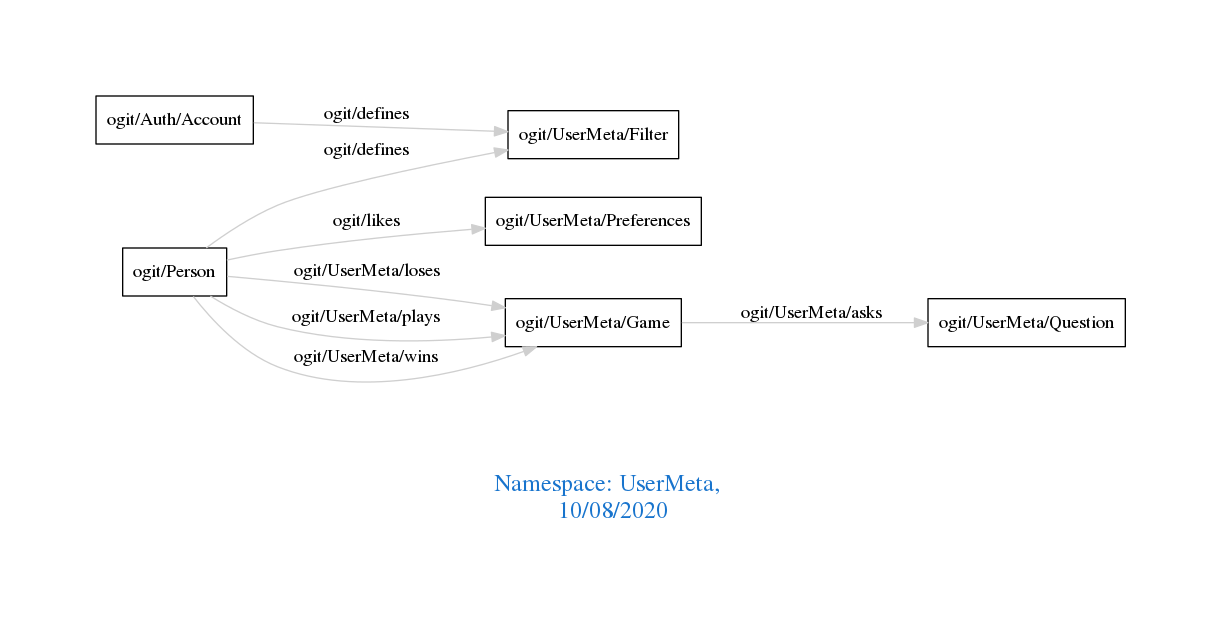
Above: downloads/UserMeta.png in arago/OGIT (Graphviz), before the change. Its source is kept beside it as downloads/UserMeta.dot.
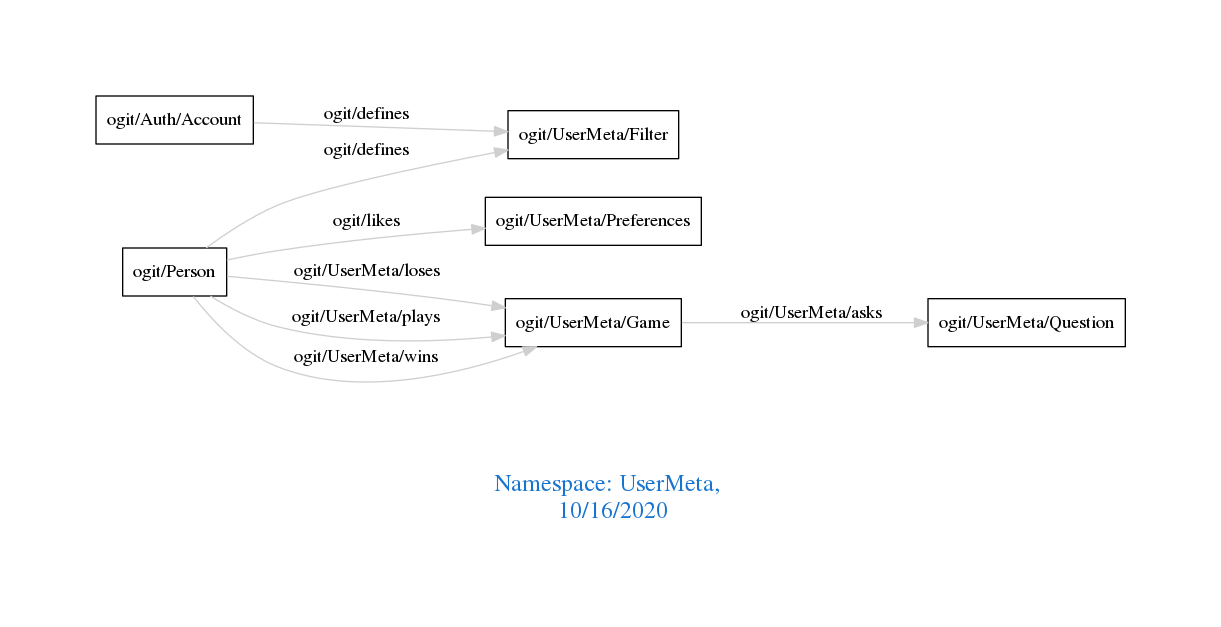
The same diagram one commit later.

The edit, as a diff of the source:
```diff
@@ -1,7 +1,7 @@
 digraph OGIT_ontology {
  graph [ rankdir= LR,pad=1
 fontsize = 18,
-fontcolor= dodgerblue3,label = "\n\n\nNamespace: UserMeta, \n 10/08/2020"];
+fontcolor= dodgerblue3,label = "\n\n\nNamespace: UserMeta, \n 10/16/2020"];
 node[shape=polygon];
 edge [  color="gray81"];
 
```
